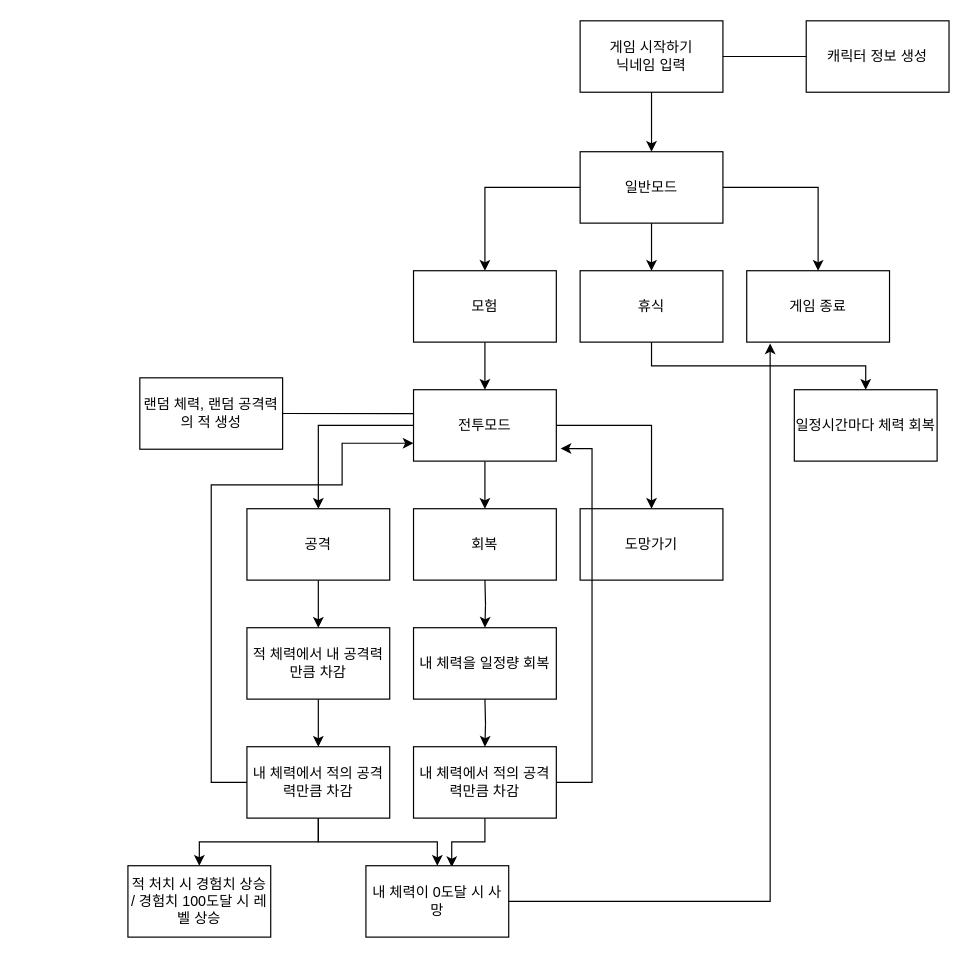
Before: 텍스트게임/텍스트게임.drawio in yjglab/js_gameAlgorithm, a draw.io diagram. Source tidied: cells renumbered, new cells numbered last; positions are measured from the earlier drawing's top-left corner, leaving out a move shared by most shapes. Both pictures are drawn from the tidied source at 119%, with x=0, y=0 at pixel (127, 20).
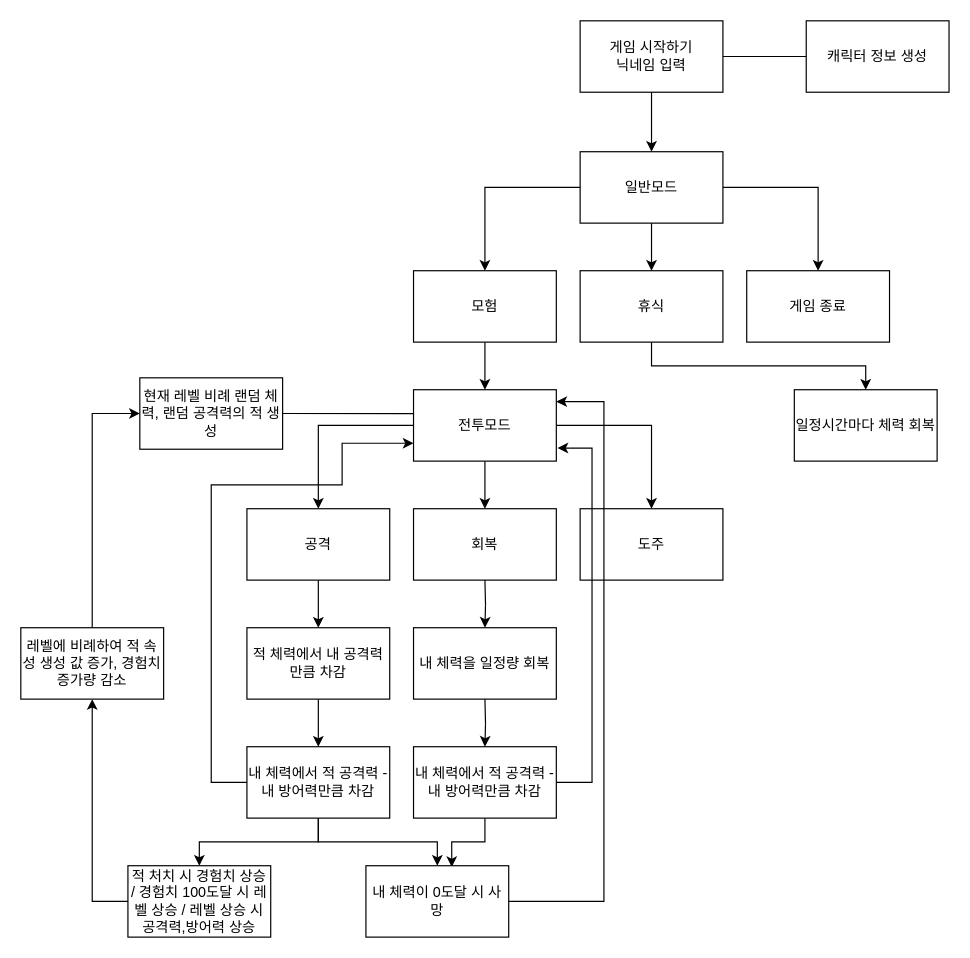
The same page after the edit.

Commit message (it also covers changes not shown here):
완성 및 기타 오류 수정

Unchanged cells that the change refers to:
```xml
<mxCell id="13" value="게임 종료" style="rounded=0;whiteSpace=wrap;html=1;" parent="1" vertex="1">
  <mxGeometry x="520" y="210" width="120" height="60" as="geometry" />
</mxCell>
<mxCell id="18" value="전투모드" style="rounded=0;whiteSpace=wrap;html=1;" parent="1" vertex="1">
  <mxGeometry x="240" y="310" width="120" height="60" as="geometry" />
</mxCell>
<mxCell id="40" value="내 체력이 0도달 시 사망" style="rounded=0;whiteSpace=wrap;html=1;" parent="1" vertex="1">
  <mxGeometry x="200" y="710" width="120" height="60" as="geometry" />
</mxCell>
```

The edit, as a diff of the source:
```diff
@@
-    <mxCell id="14" value="랜덤 체력, 랜덤 공격력의 적 생성" style="rounded=0;whiteSpace=wrap;html=1;" parent="1" vertex="1">
+    <mxCell id="14" value="현재 레벨 비례 랜덤 체력, 랜덤 공격력의 적 생성" style="rounded=0;whiteSpace=wrap;html=1;" parent="1" vertex="1">
       <mxGeometry x="10" y="300" width="120" height="60" as="geometry" />
     </mxCell>
@@
-    <mxCell id="20" value="도망가기" style="rounded=0;whiteSpace=wrap;html=1;" parent="1" vertex="1">
+    <mxCell id="20" value="도주" style="rounded=0;whiteSpace=wrap;html=1;" parent="1" vertex="1">
       <mxGeometry x="380" y="410" width="120" height="60" as="geometry" />
     </mxCell>
@@
-    <mxCell id="26" value="내 체력에서 적의 공격력만큼 차감" style="rounded=0;whiteSpace=wrap;html=1;" parent="1" vertex="1">
+    <mxCell id="26" value="내 체력에서 적 공격력 - 내 방어력만큼 차감" style="rounded=0;whiteSpace=wrap;html=1;" parent="1" vertex="1">
       <mxGeometry x="100" y="610" width="120" height="60" as="geometry" />
     </mxCell>
@@
-    <mxCell id="28" style="edgeStyle=orthogonalEdgeStyle;rounded=0;jettySize=auto;html=1;entryX=1.03;entryY=0.824;entryDx=0;entryDy=0;entryPerimeter=0;" parent="1" edge="1" source="29" target="18">
+    <mxCell id="28" style="edgeStyle=orthogonalEdgeStyle;rounded=0;jettySize=auto;html=1;" parent="1" edge="1" source="29">
       <mxGeometry relative="1" as="geometry">
+        <mxPoint x="361" y="359" as="targetPoint" />
         <Array as="points">
           <mxPoint x="390" y="640" />
           <mxPoint x="390" y="359" />
+          <mxPoint x="361" y="359" />
         </Array>
       </mxGeometry>
     </mxCell>
-    <mxCell id="29" value="내 체력에서 적의 공격력만큼 차감" style="rounded=0;whiteSpace=wrap;html=1;" parent="1" vertex="1">
+    <mxCell id="29" value="내 체력에서 적 공격력 - 내 방어력만큼 차감" style="rounded=0;whiteSpace=wrap;html=1;" parent="1" vertex="1">
       <mxGeometry x="240" y="610" width="120" height="60" as="geometry" />
     </mxCell>
@@
+    <mxCell id="41" style="edgeStyle=orthogonalEdgeStyle;rounded=0;jettySize=auto;html=1;entryX=0.5;entryY=1;entryDx=0;entryDy=0;" parent="1" edge="1" source="38" target="43">
+      <mxGeometry relative="1" as="geometry">
+        <Array as="points">
+          <mxPoint x="-30" y="740" />
+        </Array>
+      </mxGeometry>
+    </mxCell>
-    <mxCell id="38" value="적 처치 시 경험치 상승 / 경험치 100도달 시 레벨 상승" style="rounded=0;whiteSpace=wrap;html=1;" parent="1" vertex="1">
+    <mxCell id="38" value="적 처치 시 경험치 상승 / 경험치 100도달 시 레벨 상승 / 레벨 상승 시 공격력,방어력 상승" style="rounded=0;whiteSpace=wrap;html=1;" parent="1" vertex="1">
       <mxGeometry y="710" width="120" height="60" as="geometry" />
     </mxCell>
-    <mxCell id="39" style="edgeStyle=orthogonalEdgeStyle;rounded=0;jettySize=auto;html=1;entryX=0.164;entryY=1.019;entryDx=0;entryDy=0;entryPerimeter=0;" parent="1" edge="1" source="40" target="13">
-      <mxGeometry relative="1" as="geometry" />
+    <mxCell id="39" style="edgeStyle=orthogonalEdgeStyle;rounded=0;jettySize=auto;html=1;" parent="1" edge="1" source="40">
+      <mxGeometry relative="1" as="geometry">
+        <mxPoint x="360" y="320" as="targetPoint" />
+        <Array as="points">
+          <mxPoint x="400" y="740" />
+          <mxPoint x="400" y="320" />
+        </Array>
+      </mxGeometry>
     </mxCell>
@@
+    <mxCell id="42" style="edgeStyle=orthogonalEdgeStyle;rounded=0;jettySize=auto;html=1;entryX=0;entryY=0.5;entryDx=0;entryDy=0;" parent="1" edge="1" source="43" target="14">
+      <mxGeometry relative="1" as="geometry" />
+    </mxCell>
+    <mxCell id="43" value="레벨에 비례하여 적 속성 생성 값 증가, 경험치 증가량 감소" style="rounded=0;whiteSpace=wrap;html=1;" parent="1" vertex="1">
+      <mxGeometry x="-90" y="510" width="120" height="60" as="geometry" />
+    </mxCell>
```
